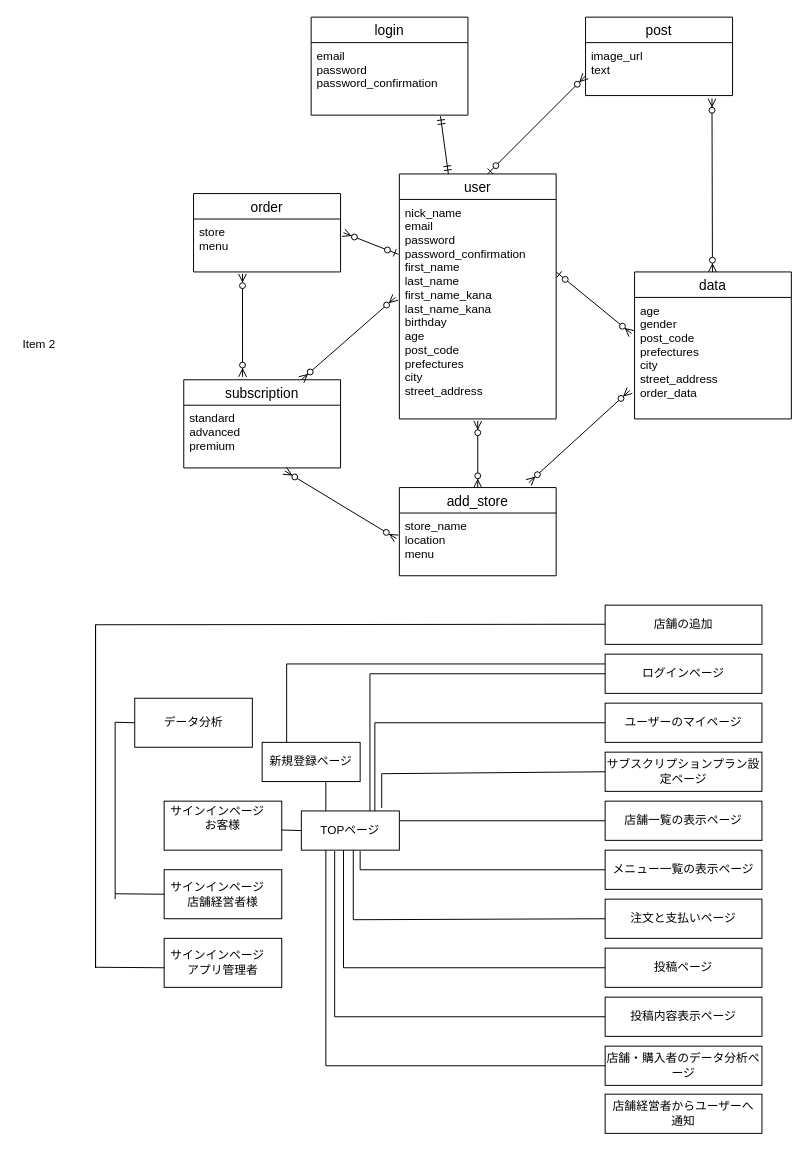
ayumi0511/every keeps this draw.io diagram as every.dio. Above is the earlier version. Source tidied: cells renumbered, new cells numbered last; positions are measured from the earlier drawing's top-left corner, leaving out a move shared by most shapes. Both pictures are drawn from the tidied source at 98%, with x=0, y=0 at pixel (17, 17).
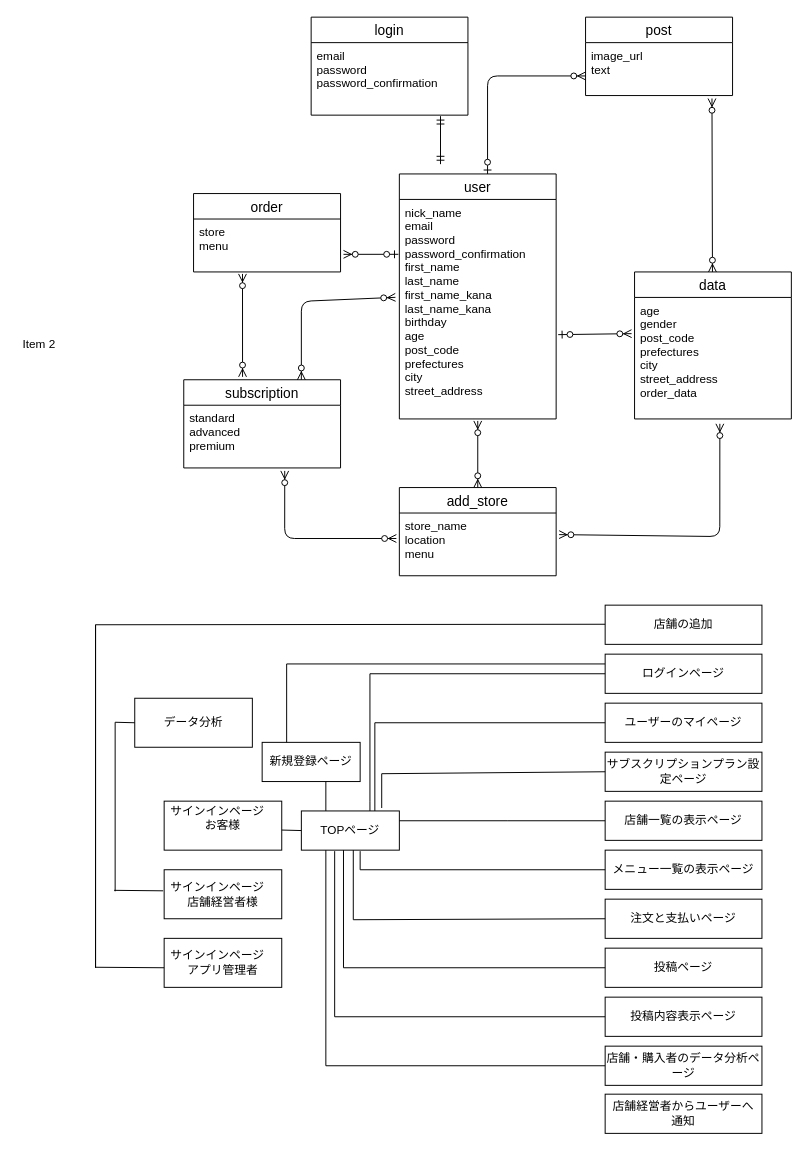
The same diagram, later.

Commit message (it also covers changes not shown here):
画面遷移図の修正 #3

Unchanged cells that the change refers to:
```xml
<mxCell id="5" value="email    &#10;password    &#10;password_confirmation&#10;" style="text;strokeColor=none;fillColor=none;spacingLeft=4;spacingRight=4;overflow=hidden;points=[[0,0.5],[1,0.5]];portConstraint=eastwest;fontSize=12;" parent="4" vertex="1">
  <mxGeometry y="26" width="160" height="74" as="geometry" />
</mxCell>
<mxCell id="7" value="nick_name&#10;email&#10;password&#10;password_confirmation&#10;first_name&#10;last_name&#10;first_name_kana&#10;last_name_kana&#10;birthday    &#10;age    &#10;post_code    &#10;prefectures    &#10;city    &#10;street_address&#10;" style="text;strokeColor=none;fillColor=none;spacingLeft=4;spacingRight=4;overflow=hidden;points=[[0,0.5],[1,0.5]];portConstraint=eastwest;fontSize=12;" parent="6" vertex="1">
  <mxGeometry y="26" width="160" height="224" as="geometry" />
</mxCell>
<mxCell id="8" value="add_store" style="swimlane;fontStyle=0;horizontal=1;startSize=26;align=center;fontSize=14;" parent="1" vertex="1">
  <mxGeometry x="390" y="480" width="160" height="90" as="geometry" />
</mxCell>
<mxCell id="9" value="store_name    &#10;location    &#10;menu&#10;" style="text;strokeColor=none;fillColor=none;spacingLeft=4;spacingRight=4;overflow=hidden;points=[[0,0.5],[1,0.5]];portConstraint=eastwest;fontSize=12;" parent="8" vertex="1">
  <mxGeometry y="26" width="160" height="64" as="geometry" />
</mxCell>
<mxCell id="10" value="subscription" style="swimlane;fontStyle=0;horizontal=1;startSize=26;align=center;fontSize=14;" parent="1" vertex="1">
  <mxGeometry x="170" y="370" width="160" height="90" as="geometry" />
</mxCell>
<mxCell id="11" value="standard    &#10;advanced    &#10;premium&#10;" style="text;strokeColor=none;fillColor=none;spacingLeft=4;spacingRight=4;overflow=hidden;points=[[0,0.5],[1,0.5]];portConstraint=eastwest;fontSize=12;" parent="10" vertex="1">
  <mxGeometry y="26" width="160" height="64" as="geometry" />
</mxCell>
<mxCell id="13" value="age    &#10;gender    &#10;post_code    &#10;prefectures    &#10;city    &#10;street_address&#10;order_data" style="text;strokeColor=none;fillColor=none;spacingLeft=4;spacingRight=4;overflow=hidden;points=[[0,0.5],[1,0.5]];portConstraint=eastwest;fontSize=12;" parent="12" vertex="1">
  <mxGeometry y="26" width="160" height="124" as="geometry" />
</mxCell>
<mxCell id="15" value="store      &#10;menu  &#10;&#10;" style="text;strokeColor=none;fillColor=none;spacingLeft=4;spacingRight=4;overflow=hidden;points=[[0,0.5],[1,0.5]];portConstraint=eastwest;fontSize=12;" parent="14" vertex="1">
  <mxGeometry y="26" width="150" height="54" as="geometry" />
</mxCell>
<mxCell id="52" value="サインインページ&lt;span style=&quot;white-space: pre;&quot;&gt;&#9;&lt;/span&gt;&lt;br&gt;店舗経営者様&lt;br&gt;" style="whiteSpace=wrap;html=1;align=center;" parent="1" vertex="1">
  <mxGeometry x="150" y="870" width="120" height="50" as="geometry" />
</mxCell>
```

What changed in the source:
```diff
@@
     <mxCell id="17" style="fontSize=12;html=1;endArrow=ERmandOne;startArrow=ERmandOne;entryX=0.825;entryY=1.014;entryDx=0;entryDy=0;entryPerimeter=0;" parent="1" edge="1" target="5">
       <mxGeometry relative="1" as="geometry">
-        <mxPoint x="440" y="160" as="sourcePoint" />
+        <mxPoint x="432" y="150" as="sourcePoint" />
       </mxGeometry>
     </mxCell>
@@
     <mxCell id="19" style="fontSize=12;html=1;endArrow=ERzeroToMany;endFill=1;startArrow=ERzeroToMany;entryX=-0.025;entryY=0.446;entryDx=0;entryDy=0;entryPerimeter=0;exitX=0.75;exitY=0;exitDx=0;exitDy=0;" parent="1" edge="1" source="10" target="7">
-      <mxGeometry relative="1" as="geometry" />
+      <mxGeometry relative="1" as="geometry">
+        <Array as="points">
+          <mxPoint x="290" y="290" />
+        </Array>
+      </mxGeometry>
     </mxCell>
@@
-    <mxCell id="22" style="fontSize=12;html=1;endArrow=ERzeroToMany;endFill=1;startArrow=ERzeroToMany;entryX=-0.031;entryY=0.766;entryDx=0;entryDy=0;entryPerimeter=0;exitX=0.825;exitY=-0.056;exitDx=0;exitDy=0;exitPerimeter=0;" parent="1" edge="1" source="8" target="13">
-      <mxGeometry relative="1" as="geometry" />
+    <mxCell id="22" style="fontSize=12;html=1;endArrow=ERzeroToMany;endFill=1;startArrow=ERzeroToMany;entryX=0.544;entryY=1.04;entryDx=0;entryDy=0;entryPerimeter=0;exitX=1.019;exitY=0.344;exitDx=0;exitDy=0;exitPerimeter=0;" parent="1" edge="1" source="9" target="13">
+      <mxGeometry relative="1" as="geometry">
+        <Array as="points">
+          <mxPoint x="717" y="530" />
+        </Array>
+      </mxGeometry>
     </mxCell>
     <mxCell id="23" style="fontSize=12;html=1;endArrow=ERzeroToMany;endFill=1;startArrow=ERzeroToMany;exitX=-0.019;exitY=0.406;exitDx=0;exitDy=0;exitPerimeter=0;entryX=0.644;entryY=1.047;entryDx=0;entryDy=0;entryPerimeter=0;" parent="1" edge="1" source="9" target="11">
-      <mxGeometry relative="1" as="geometry" />
+      <mxGeometry relative="1" as="geometry">
+        <Array as="points">
+          <mxPoint x="273" y="532" />
+        </Array>
+      </mxGeometry>
     </mxCell>
     <mxCell id="24" style="fontSize=12;html=1;endArrow=ERzeroToMany;startArrow=ERzeroToOne;" parent="1" edge="1">
       <mxGeometry relative="1" as="geometry">
         <mxPoint x="480" y="160" as="sourcePoint" />
         <mxPoint x="580" y="60" as="targetPoint" />
+        <Array as="points">
+          <mxPoint x="480" y="60" />
+        </Array>
       </mxGeometry>
     </mxCell>
-    <mxCell id="25" style="fontSize=12;html=1;endArrow=ERzeroToMany;startArrow=ERzeroToOne;entryX=-0.019;entryY=0.298;entryDx=0;entryDy=0;entryPerimeter=0;" parent="1" edge="1" target="13">
-      <mxGeometry relative="1" as="geometry">
-        <mxPoint x="550" y="260" as="sourcePoint" />
-      </mxGeometry>
+    <mxCell id="25" style="fontSize=12;html=1;endArrow=ERzeroToMany;startArrow=ERzeroToOne;entryX=-0.019;entryY=0.298;entryDx=0;entryDy=0;entryPerimeter=0;exitX=1.013;exitY=0.616;exitDx=0;exitDy=0;exitPerimeter=0;" parent="1" edge="1" source="7" target="13">
+      <mxGeometry relative="1" as="geometry" />
     </mxCell>
-    <mxCell id="26" style="fontSize=12;html=1;endArrow=ERzeroToMany;startArrow=ERzeroToOne;entryX=1.02;entryY=0.259;entryDx=0;entryDy=0;entryPerimeter=0;exitX=-0.006;exitY=0.25;exitDx=0;exitDy=0;exitPerimeter=0;" parent="1" edge="1" source="7" target="15">
+    <mxCell id="26" style="fontSize=12;html=1;endArrow=ERzeroToMany;startArrow=ERzeroToOne;entryX=1.02;entryY=0.667;entryDx=0;entryDy=0;entryPerimeter=0;exitX=-0.006;exitY=0.25;exitDx=0;exitDy=0;exitPerimeter=0;" parent="1" edge="1" source="7" target="15">
       <mxGeometry relative="1" as="geometry" />
     </mxCell>
@@
-    <mxCell id="59" style="endArrow=none;html=1;rounded=0;entryX=0;entryY=0.5;entryDx=0;entryDy=0;" parent="1" edge="1" target="52">
+    <mxCell id="59" style="endArrow=none;html=1;rounded=0;" parent="1" edge="1">
       <mxGeometry relative="1" as="geometry">
-        <mxPoint x="100" y="894.5" as="sourcePoint" />
+        <mxPoint x="99" y="891" as="sourcePoint" />
+        <mxPoint x="149" y="891.5" as="targetPoint" />
       </mxGeometry>
     </mxCell>
     <mxCell id="60" style="endArrow=none;html=1;rounded=0;" parent="1" edge="1">
       <mxGeometry relative="1" as="geometry">
         <mxPoint x="100" y="719.5" as="sourcePoint" />
-        <mxPoint x="100" y="900" as="targetPoint" />
+        <mxPoint x="100" y="892" as="targetPoint" />
       </mxGeometry>
     </mxCell>
```
